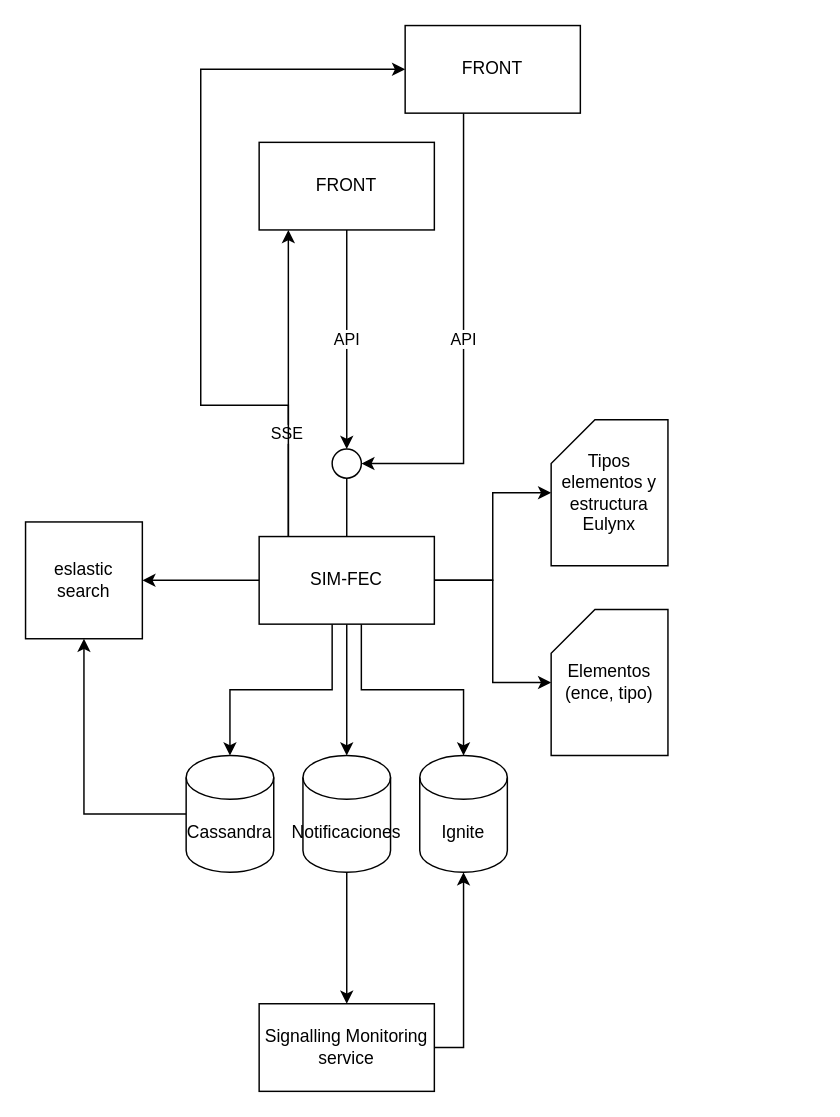
jeongon/DIAGRAMAS_TMS keeps this draw.io diagram as page "Page-1" (1 of 2) of tms_sim_fec.drawio. Above is the earlier version. Source tidied: cells renumbered, new cells numbered last; positions are measured from the earlier drawing's top-left corner, leaving out a move shared by most shapes. Both pictures are drawn from the tidied source at 146%, with x=0, y=0 at pixel (25, 25).
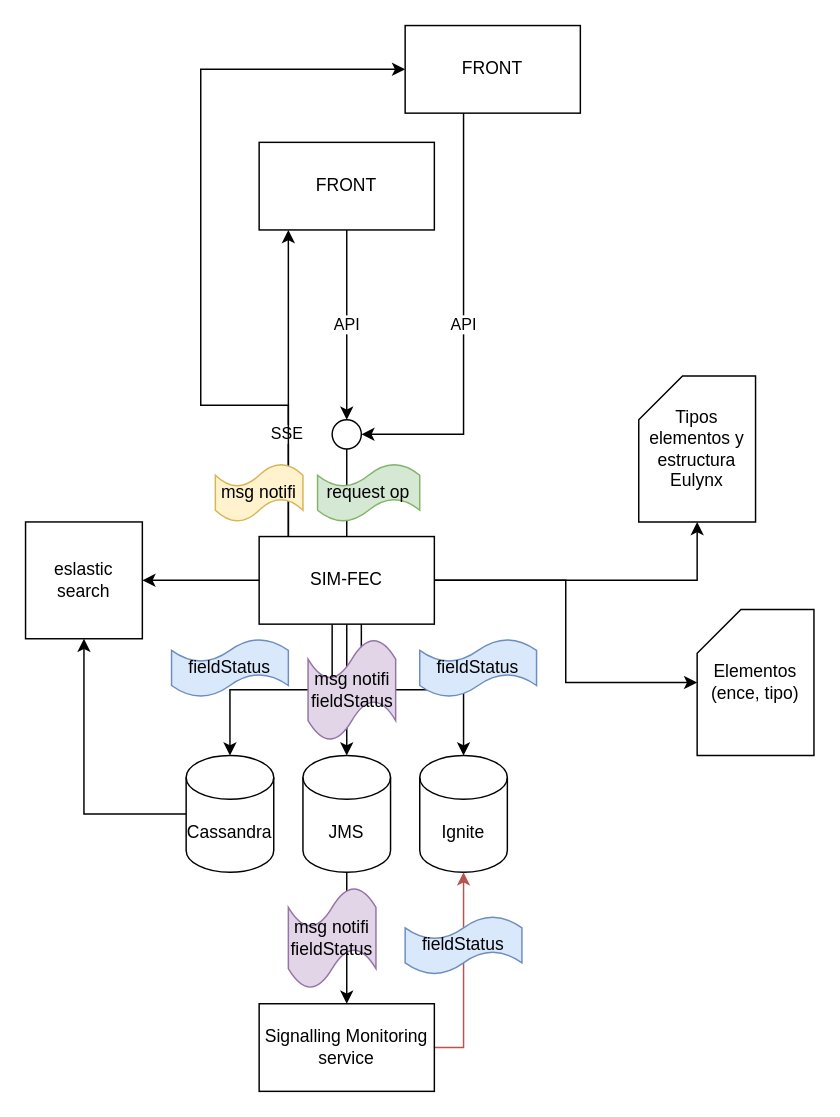
After the change.

Unchanged cells that the change refers to:
```xml
<mxCell id="21" value="Ignite" style="shape=cylinder3;whiteSpace=wrap;html=1;boundedLbl=1;backgroundOutline=1;size=15;" parent="1" vertex="1">
  <mxGeometry x="270" y="500" width="60" height="80" as="geometry" />
</mxCell>
<mxCell id="23" value="FRONT" style="rounded=0;whiteSpace=wrap;html=1;" parent="1" vertex="1">
  <mxGeometry x="260" width="120" height="60" as="geometry" />
</mxCell>
<mxCell id="25" value="Signalling Monitoring service" style="rounded=0;whiteSpace=wrap;html=1;" parent="1" vertex="1">
  <mxGeometry x="160" y="670" width="120" height="60" as="geometry" />
</mxCell>
```

Change to the diagram source:
```diff
@@
     <mxCell id="12" value="Tipos elementos y estructura Eulynx" style="shape=card;whiteSpace=wrap;html=1;" parent="1" vertex="1">
-      <mxGeometry x="360" y="270" width="80" height="100" as="geometry" />
+      <mxGeometry x="420" y="240" width="80" height="100" as="geometry" />
     </mxCell>
     <mxCell id="13" value="Elementos (ence, tipo)" style="shape=card;whiteSpace=wrap;html=1;" parent="1" vertex="1">
-      <mxGeometry x="360" y="400" width="80" height="100" as="geometry" />
+      <mxGeometry x="460" y="400" width="80" height="100" as="geometry" />
     </mxCell>
@@
     <mxCell id="16" style="ellipse;whiteSpace=wrap;html=1;" parent="1" vertex="1">
-      <mxGeometry x="210" y="290" width="20" height="20" as="geometry" />
+      <mxGeometry x="210" y="270" width="20" height="20" as="geometry" />
     </mxCell>
@@
-    <mxCell id="22" value="API" style="edgeStyle=orthogonalEdgeStyle;rounded=0;jettySize=auto;html=1;" parent="1" edge="1" source="23">
+    <mxCell id="22" value="API" style="edgeStyle=orthogonalEdgeStyle;rounded=0;jettySize=auto;html=1;entryX=1;entryY=0.5;entryDx=0;entryDy=0;" parent="1" edge="1" source="23" target="16">
       <mxGeometry relative="1" as="geometry">
-        <mxPoint x="230" y="300" as="targetPoint" />
         <Array as="points">
-          <mxPoint x="300" y="300" />
+          <mxPoint x="300" y="280" />
         </Array>
       </mxGeometry>
     </mxCell>
@@
-    <mxCell id="24" style="edgeStyle=orthogonalEdgeStyle;rounded=0;jettySize=auto;html=1;entryX=0.5;entryY=1;entryDx=0;entryDy=0;entryPerimeter=0;" parent="1" edge="1" source="25" target="21">
+    <mxCell id="24" style="edgeStyle=orthogonalEdgeStyle;rounded=0;jettySize=auto;html=1;entryX=0.5;entryY=1;entryDx=0;entryDy=0;entryPerimeter=0;fillColor=#f8cecc;strokeColor=#b85450;" parent="1" edge="1" source="25" target="21">
       <mxGeometry relative="1" as="geometry">
         <Array as="points">
           <mxPoint x="300" y="700" />
         </Array>
       </mxGeometry>
     </mxCell>
@@
-    <mxCell id="27" value="Notificaciones" style="shape=cylinder3;whiteSpace=wrap;html=1;boundedLbl=1;backgroundOutline=1;size=15;" parent="1" vertex="1">
+    <mxCell id="27" value="JMS" style="shape=cylinder3;whiteSpace=wrap;html=1;boundedLbl=1;backgroundOutline=1;size=15;" parent="1" vertex="1">
       <mxGeometry x="190" y="500" width="60" height="80" as="geometry" />
     </mxCell>
+    <mxCell id="28" value="fieldStatus" style="shape=tape;whiteSpace=wrap;html=1;fillColor=#dae8fc;strokeColor=#6c8ebf;" parent="1" vertex="1">
+      <mxGeometry x="270" y="420" width="80" height="40" as="geometry" />
+    </mxCell>
+    <mxCell id="29" value="msg notifi&lt;br&gt;fieldStatus" style="shape=tape;whiteSpace=wrap;html=1;fillColor=#e1d5e7;strokeColor=#9673a6;" parent="1" vertex="1">
+      <mxGeometry x="193.5" y="420" width="60" height="70" as="geometry" />
+    </mxCell>
+    <mxCell id="30" value="request op" style="shape=tape;whiteSpace=wrap;html=1;fillColor=#d5e8d4;strokeColor=#82b366;" parent="1" vertex="1">
+      <mxGeometry x="200" y="300" width="70" height="40" as="geometry" />
+    </mxCell>
+    <mxCell id="31" value="msg notifi" style="shape=tape;whiteSpace=wrap;html=1;fillColor=#fff2cc;strokeColor=#d6b656;" parent="1" vertex="1">
+      <mxGeometry x="130" y="300" width="60" height="40" as="geometry" />
+    </mxCell>
+    <mxCell id="32" value="fieldStatus" style="shape=tape;whiteSpace=wrap;html=1;fillColor=#dae8fc;strokeColor=#6c8ebf;" parent="1" vertex="1">
+      <mxGeometry x="260" y="610" width="80" height="40" as="geometry" />
+    </mxCell>
+    <mxCell id="33" value="msg notifi&lt;br&gt;fieldStatus" style="shape=tape;whiteSpace=wrap;html=1;fillColor=#e1d5e7;strokeColor=#9673a6;" parent="1" vertex="1">
+      <mxGeometry x="180" y="590" width="60" height="70" as="geometry" />
+    </mxCell>
+    <mxCell id="34" value="fieldStatus" style="shape=tape;whiteSpace=wrap;html=1;fillColor=#dae8fc;strokeColor=#6c8ebf;" parent="1" vertex="1">
+      <mxGeometry x="100" y="420" width="80" height="40" as="geometry" />
+    </mxCell>
```
